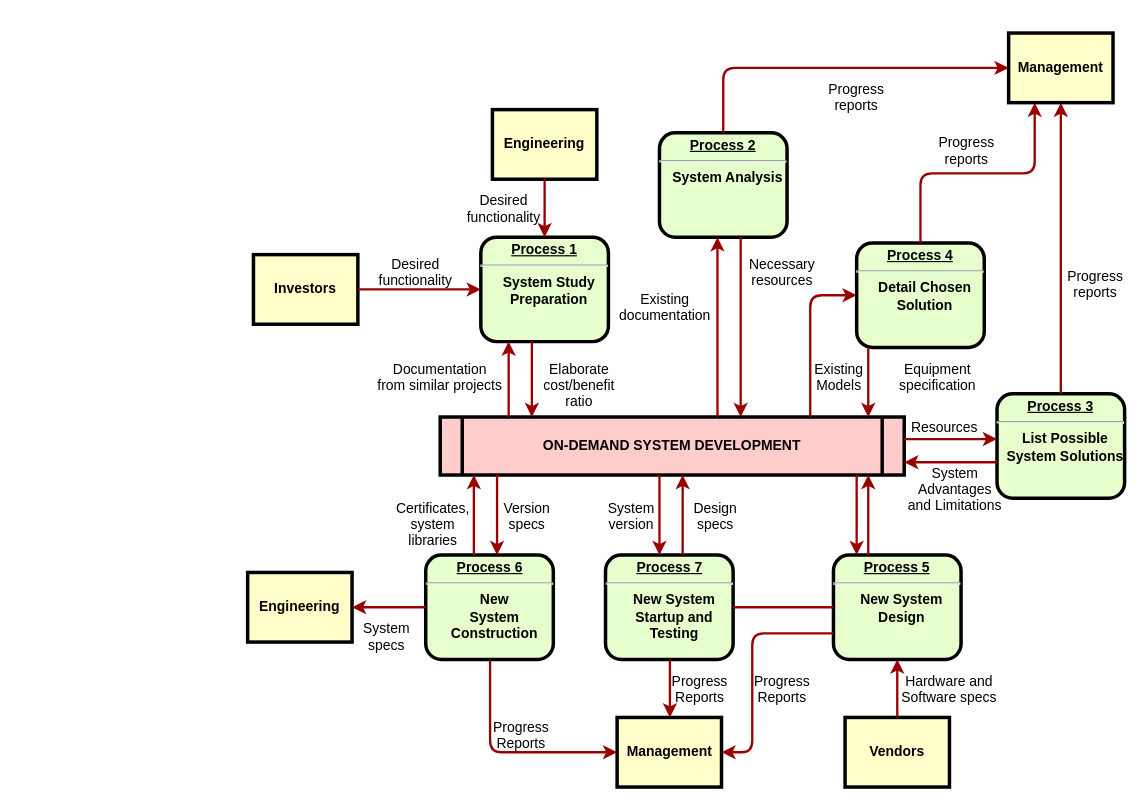
Earlier version of the draw.io diagram flow1.drawio (ai-next-zen/diagrams). Source tidied: cells renumbered, new cells numbered last; positions are measured from the earlier drawing's top-left corner, leaving out a move shared by most shapes. Both pictures are drawn from the tidied source at 116%, with x=0, y=0 at pixel (247, 32).
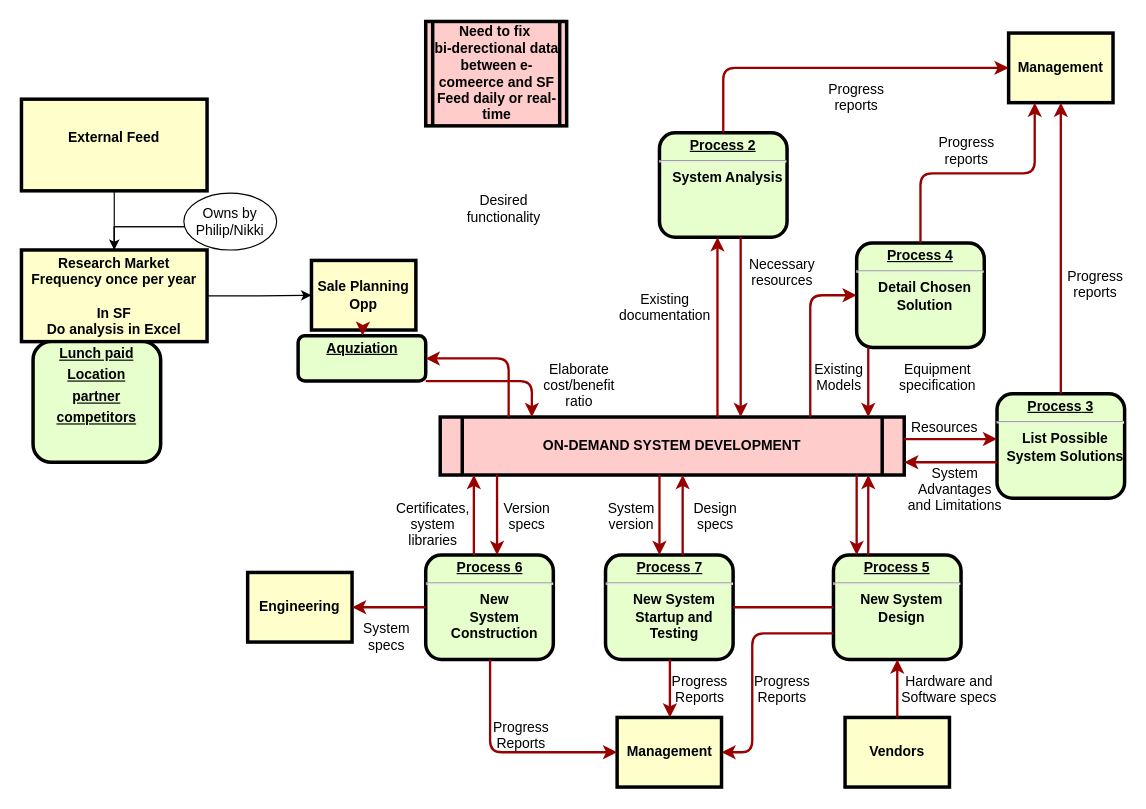
The same diagram, later.

Change to the diagram source:
```diff
@@
-    <mxCell id="2" value="&lt;p style=&quot;margin: 0px; margin-top: 4px; text-align: center; text-decoration: underline;&quot;&gt;&lt;strong&gt;Process 1&lt;br /&gt;&lt;/strong&gt;&lt;/p&gt;&lt;hr /&gt;&lt;p style=&quot;margin: 0px; margin-left: 8px;&quot;&gt;System Study&lt;/p&gt;&lt;p style=&quot;margin: 0px; margin-left: 8px;&quot;&gt;Preparation&lt;/p&gt;" style="verticalAlign=middle;align=center;overflow=fill;fontSize=12;fontFamily=Helvetica;html=1;rounded=1;fontStyle=1;strokeWidth=3;fillColor=#E6FFCC;" parent="1" vertex="1">
-      <mxGeometry x="201" y="176" width="110" height="90" as="geometry" />
+    <mxCell id="2" value="&lt;p style=&quot;margin: 0px; margin-top: 4px; text-align: center; text-decoration: underline;&quot;&gt;Aquziation&lt;/p&gt;" style="verticalAlign=middle;align=center;overflow=fill;fontSize=12;fontFamily=Helvetica;html=1;rounded=1;fontStyle=1;strokeWidth=3;fillColor=#E6FFCC;" parent="1" vertex="1">
+      <mxGeometry x="43.5" y="261" width="110" height="39" as="geometry" />
     </mxCell>
-    <mxCell id="3" value="Engineering" style="whiteSpace=wrap;align=center;verticalAlign=middle;fontStyle=1;strokeWidth=3;fillColor=#FFFFCC;" parent="1" vertex="1">
-      <mxGeometry x="211" y="66" width="90" height="60" as="geometry" />
+    <mxCell id="3" value="Sale Planning Opp" style="whiteSpace=wrap;align=center;verticalAlign=middle;fontStyle=1;strokeWidth=3;fillColor=#FFFFCC;" parent="1" vertex="1">
+      <mxGeometry x="55" y="196" width="90" height="60" as="geometry" />
     </mxCell>
+    <mxCell id="63" style="edgeStyle=orthogonalEdgeStyle;rounded=0;jettySize=auto;html=1;" parent="1" edge="1" source="4" target="69">
+      <mxGeometry relative="1" as="geometry" />
+    </mxCell>
+    <mxCell id="64" style="edgeStyle=orthogonalEdgeStyle;rounded=0;jettySize=auto;html=1;" parent="1" edge="1" source="4" target="69">
+      <mxGeometry relative="1" as="geometry" />
+    </mxCell>
+    <mxCell id="65" style="edgeStyle=orthogonalEdgeStyle;rounded=0;jettySize=auto;html=1;exitX=1;exitY=0.5;exitDx=0;exitDy=0;entryX=0;entryY=0.5;entryDx=0;entryDy=0;" parent="1" edge="1" source="4" target="3">
+      <mxGeometry relative="1" as="geometry" />
+    </mxCell>
-    <mxCell id="4" value="Investors" style="whiteSpace=wrap;align=center;verticalAlign=middle;fontStyle=1;strokeWidth=3;fillColor=#FFFFCC;" parent="1" vertex="1">
-      <mxGeometry x="5" y="191" width="90" height="60" as="geometry" />
+    <mxCell id="4" value="Research Market&#10;Frequency once per year&#10;&#10;In SF&#10;Do analysis in Excel" style="whiteSpace=wrap;align=center;verticalAlign=middle;fontStyle=1;strokeWidth=3;fillColor=#FFFFCC;" parent="1" vertex="1">
+      <mxGeometry x="-195" y="187" width="160" height="79" as="geometry" />
     </mxCell>
@@
-    <mxCell id="16" style="edgeStyle=none;noEdgeStyle=1;strokeColor=#990000;strokeWidth=2;" parent="1" edge="1" source="4" target="2">
-      <mxGeometry relative="1" as="geometry" />
-    </mxCell>
@@
-    <mxCell id="19" value="Desired &#10;functionality" style="text;spacingTop=-5;align=center;" parent="1" vertex="1">
-      <mxGeometry x="130" y="191" width="30" height="20" as="geometry" />
-    </mxCell>
@@
-    <mxCell id="21" value="Documentation&#10;from similar projects" style="text;spacingTop=-5;align=center;" parent="1" vertex="1">
-      <mxGeometry x="151" y="281" width="30" height="20" as="geometry" />
-    </mxCell>
@@
+    <mxCell id="66" value="&lt;p style=&quot;margin: 0px; margin-top: 4px; text-align: center; text-decoration: underline;&quot;&gt;Lunch paid&lt;/p&gt;&lt;p style=&quot;margin: 0px; margin-top: 4px; text-align: center; text-decoration: underline;&quot;&gt;Location&lt;/p&gt;&lt;p style=&quot;margin: 0px; margin-top: 4px; text-align: center; text-decoration: underline;&quot;&gt;partner&lt;/p&gt;&lt;p style=&quot;margin: 0px; margin-top: 4px; text-align: center; text-decoration: underline;&quot;&gt;competitors&lt;/p&gt;&lt;p style=&quot;margin: 0px; margin-top: 4px; text-align: center; text-decoration: underline;&quot;&gt;&lt;br&gt;&lt;/p&gt;" style="verticalAlign=middle;align=center;overflow=fill;fontSize=12;fontFamily=Helvetica;html=1;rounded=1;fontStyle=1;strokeWidth=3;fillColor=#E6FFCC;" parent="1" vertex="1">
+      <mxGeometry x="-185" y="266" width="110" height="104" as="geometry" />
+    </mxCell>
+    <mxCell id="67" style="edgeStyle=orthogonalEdgeStyle;rounded=0;jettySize=auto;html=1;" parent="1" edge="1" source="68" target="4">
+      <mxGeometry relative="1" as="geometry" />
+    </mxCell>
+    <mxCell id="68" value="External Feed&#10;" style="whiteSpace=wrap;align=center;verticalAlign=middle;fontStyle=1;strokeWidth=3;fillColor=#FFFFCC;" parent="1" vertex="1">
+      <mxGeometry x="-195" y="57" width="160" height="79" as="geometry" />
+    </mxCell>
+    <mxCell id="69" value="Owns by Philip/Nikki" style="ellipse;whiteSpace=wrap;html=1;" parent="1" vertex="1">
+      <mxGeometry x="-55" y="138" width="80" height="49" as="geometry" />
+    </mxCell>
+    <mxCell id="70" value="Need to fix &#10;bi-derectional data between e-comeerce and SF&#10;Feed daily or real-time" style="shape=process;whiteSpace=wrap;align=center;verticalAlign=middle;size=0.0475;fontStyle=1;strokeWidth=3;fillColor=#FFCCCC;" parent="1" vertex="1">
+      <mxGeometry x="153.5" y="-10" width="121.5" height="90" as="geometry" />
+    </mxCell>
```
